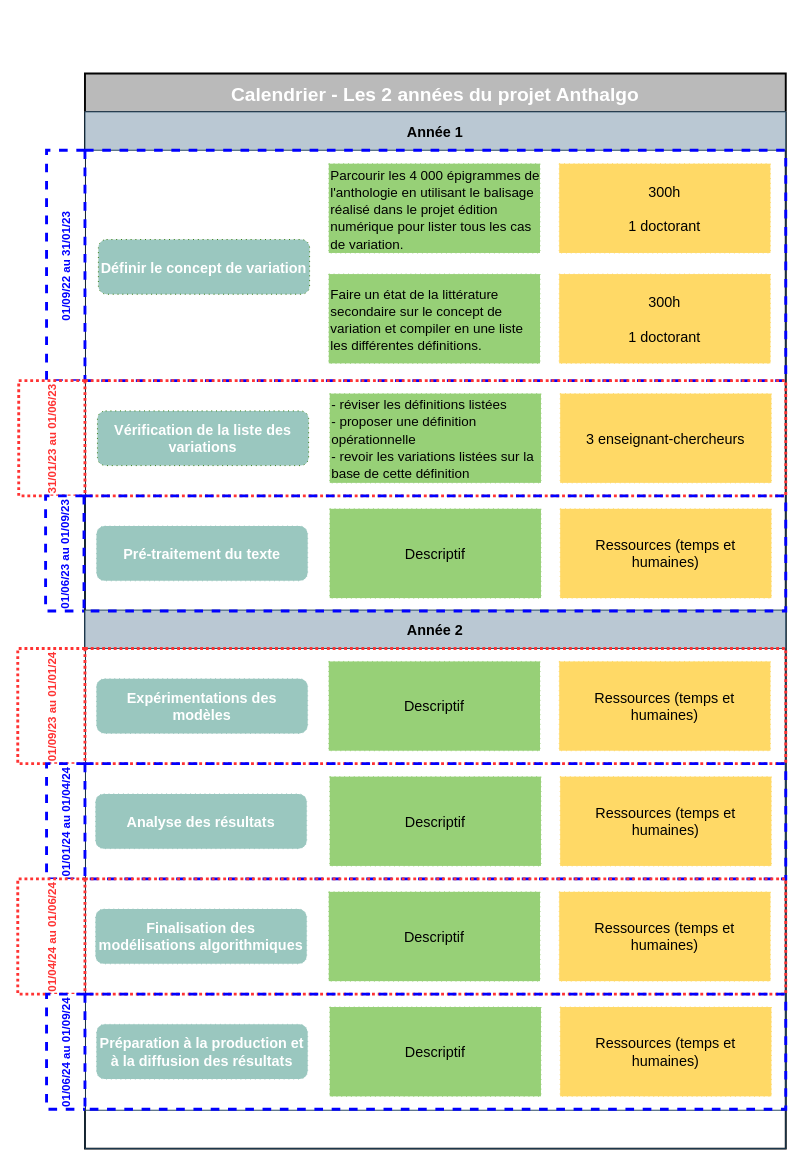
This is Untitled Diagram.drawio from RochDLY/drawAAP, a draw.io file, before an edit. Source tidied: cells renumbered, new cells numbered last; positions are measured from the earlier drawing's top-left corner, leaving out a move shared by most shapes. Both pictures are drawn from the tidied source at 96%, with x=0, y=0 at pixel (17, 73).
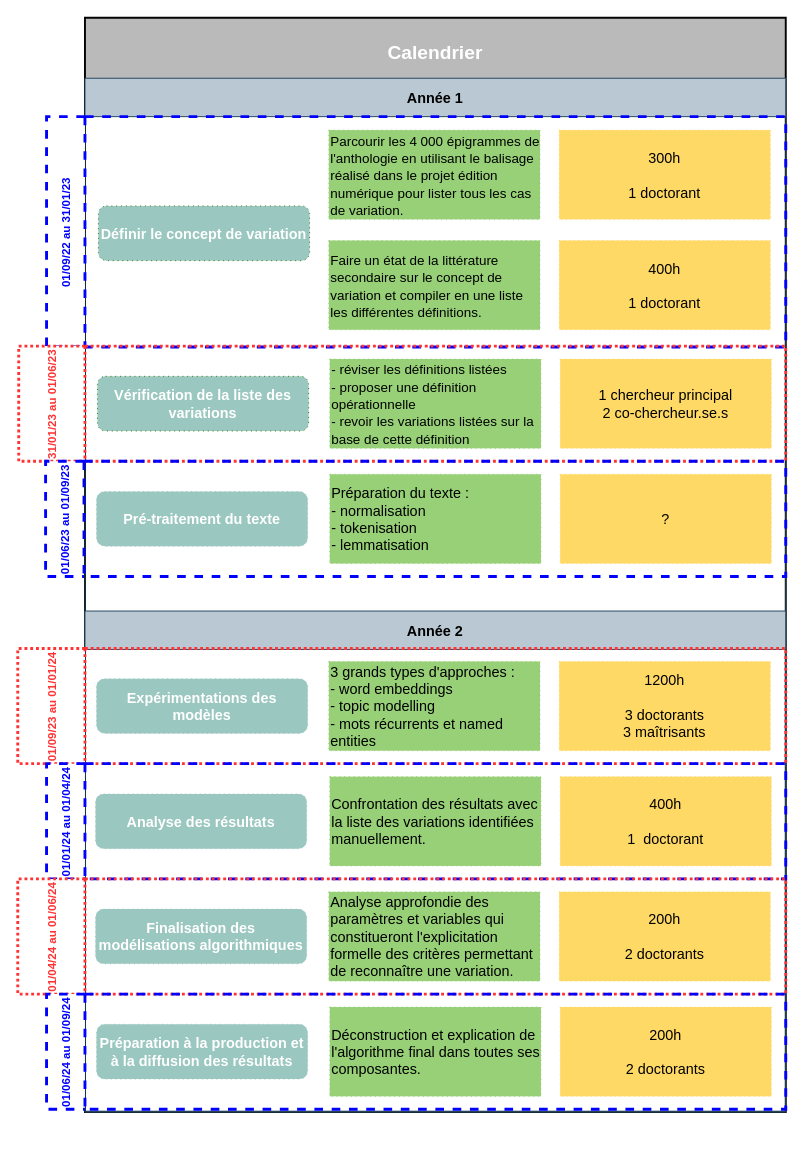
The same diagram, later.

Unchanged cells that the change refers to:
```xml
<mxCell id="4" value="01/09/22 au 31/01/23" style="swimlane;horizontal=0;dashed=1;startSize=40;fontSize=12;strokeWidth=3;strokeColor=#0000FF;fontColor=#0000FF;" parent="3" vertex="1">
  <mxGeometry x="-40" y="40" width="770" height="240" as="geometry" />
</mxCell>
<mxCell id="22" value="01/09/23 au 01/01/24" style="swimlane;horizontal=0;dashed=1;startSize=70;fontSize=12;strokeWidth=3;strokeColor=#FF3333;fontColor=#FF3333;dashPattern=1 1;" parent="1" vertex="1">
  <mxGeometry y="599" width="800" height="120" as="geometry" />
</mxCell>
<mxCell id="27" value="01/01/24 au 01/04/24" style="swimlane;horizontal=0;dashed=1;startSize=40;fontSize=12;strokeWidth=3;strokeColor=#0000FF;fontColor=#0000FF;" parent="1" vertex="1">
  <mxGeometry x="30" y="719" width="770" height="120" as="geometry" />
</mxCell>
<mxCell id="32" value="01/04/24 au 01/06/24" style="swimlane;horizontal=0;dashed=1;startSize=70;fontSize=12;strokeWidth=3;strokeColor=#FF3333;fontColor=#FF3333;dashPattern=1 1;" parent="1" vertex="1">
  <mxGeometry y="839" width="800" height="120" as="geometry" />
</mxCell>
<mxCell id="37" value="01/06/24 au 01/09/24" style="swimlane;horizontal=0;dashed=1;startSize=40;fontSize=12;strokeWidth=3;strokeColor=#0000FF;fontColor=#0000FF;" parent="1" vertex="1">
  <mxGeometry x="30" y="959" width="770" height="120" as="geometry" />
</mxCell>
```

What changed in the source:
```diff
@@
-    <mxCell id="2" value="Calendrier - Les 2 années du projet Anthalgo" style="swimlane;startSize=40;fillColor=#BABABA;strokeColor=#030303;fontSize=20;gradientColor=none;strokeWidth=2;fontColor=#FFFFFF;" parent="1" vertex="1">
-      <mxGeometry x="70" width="730" height="1120" as="geometry" />
+    <mxCell id="2" value="Calendrier" style="swimlane;startSize=69;fillColor=#BABABA;strokeColor=#030303;fontSize=20;gradientColor=none;strokeWidth=2;fontColor=#FFFFFF;" parent="1" vertex="1">
+      <mxGeometry x="70" y="-58" width="730" height="1140" as="geometry" />
     </mxCell>
     <mxCell id="3" value="Année 1" style="swimlane;startSize=40;fillColor=#bac8d3;strokeColor=#23445d;fontSize=15;" parent="2" vertex="1">
-      <mxGeometry y="40" width="730" height="1080" as="geometry" />
+      <mxGeometry y="63" width="730" height="1077" as="geometry" />
     </mxCell>
@@
-    <mxCell id="10" value="&lt;div&gt;300h&lt;/div&gt;&lt;div&gt;&lt;br&gt;&lt;/div&gt;&lt;div&gt;1 doctorant&lt;br&gt;&lt;/div&gt;" style="rounded=0;whiteSpace=wrap;html=1;dashed=1;fontSize=15;fillColor=#FFD966;strokeColor=#FFD966;dashPattern=1 4;gradientColor=none;align=center;sketch=0;" parent="4" vertex="1">
+    <mxCell id="10" value="&lt;div&gt;400h&lt;/div&gt;&lt;div&gt;&lt;br&gt;&lt;/div&gt;&lt;div&gt;1 doctorant&lt;br&gt;&lt;/div&gt;" style="rounded=0;whiteSpace=wrap;html=1;dashed=1;fontSize=15;fillColor=#FFD966;strokeColor=#FFD966;dashPattern=1 4;gradientColor=none;align=center;sketch=0;" parent="4" vertex="1">
       <mxGeometry x="534" y="129" width="220" height="93" as="geometry" />
     </mxCell>
     <mxCell id="11" value="Année 2" style="swimlane;startSize=40;fillColor=#bac8d3;strokeColor=#23445d;fontSize=15;rounded=0;sketch=0;" parent="3" vertex="1">
-      <mxGeometry y="519" width="730" height="521" as="geometry" />
+      <mxGeometry y="555" width="730" height="521" as="geometry" />
     </mxCell>
     <mxCell id="12" value="31/01/23 au 01/06/23" style="swimlane;horizontal=0;startSize=69;fontSize=12;strokeWidth=3;strokeColor=#FF3333;fontColor=#FF3333;dashed=1;dashPattern=1 1;" parent="1" vertex="1">
-      <mxGeometry x="1" y="320" width="799" height="120" as="geometry" />
+      <mxGeometry x="1" y="284" width="799" height="120" as="geometry" />
     </mxCell>
@@
-    <mxCell id="15" value="3 enseignant-chercheurs" style="rounded=0;whiteSpace=wrap;html=1;dashed=1;fontSize=15;fillColor=#FFD966;strokeColor=#FFD966;dashPattern=1 4;gradientColor=none;align=center;sketch=0;" parent="12" vertex="1">
+    <mxCell id="15" value="&lt;div&gt;1 chercheur principal&lt;/div&gt;&lt;div&gt;2 co-chercheur.se.s&lt;br&gt;&lt;/div&gt;" style="rounded=0;whiteSpace=wrap;html=1;dashed=1;fontSize=15;fillColor=#FFD966;strokeColor=#FFD966;dashPattern=1 4;gradientColor=none;align=center;sketch=0;" parent="12" vertex="1">
       <mxGeometry x="564" y="13.5" width="220" height="93" as="geometry" />
     </mxCell>
@@
     <mxCell id="17" value="01/06/23 au 01/09/23" style="swimlane;horizontal=0;dashed=1;startSize=40;fontSize=12;strokeWidth=3;strokeColor=#0000FF;fontColor=#0000FF;" parent="1" vertex="1">
-      <mxGeometry x="29" y="440" width="771" height="120" as="geometry" />
+      <mxGeometry x="29" y="404" width="771" height="120" as="geometry" />
     </mxCell>
@@
-    <mxCell id="19" value="Descriptif" style="rounded=0;whiteSpace=wrap;html=1;dashed=1;fontSize=15;fillColor=#97D077;strokeColor=#97D077;dashPattern=1 4;gradientColor=none;align=center;sketch=0;" parent="17" vertex="1">
+    <mxCell id="19" value="&lt;div align=&quot;left&quot;&gt;Préparation du texte :&lt;/div&gt;&lt;div align=&quot;left&quot;&gt;- normalisation&lt;/div&gt;&lt;div align=&quot;left&quot;&gt;- tokenisation&lt;/div&gt;&lt;div align=&quot;left&quot;&gt;- lemmatisation&lt;br&gt;&lt;/div&gt;" style="rounded=0;whiteSpace=wrap;html=1;dashed=1;fontSize=15;fillColor=#97D077;strokeColor=#97D077;dashPattern=1 4;gradientColor=none;align=left;sketch=0;" parent="17" vertex="1">
       <mxGeometry x="296" y="13.5" width="220" height="93" as="geometry" />
     </mxCell>
-    <mxCell id="20" value="Ressources (temps et humaines)" style="rounded=0;whiteSpace=wrap;html=1;dashed=1;fontSize=15;fillColor=#FFD966;strokeColor=#FFD966;dashPattern=1 4;gradientColor=none;align=center;sketch=0;" parent="17" vertex="1">
+    <mxCell id="20" value="?" style="rounded=0;whiteSpace=wrap;html=1;dashed=1;fontSize=15;fillColor=#FFD966;strokeColor=#FFD966;dashPattern=1 4;gradientColor=none;align=center;sketch=0;" parent="17" vertex="1">
       <mxGeometry x="536" y="13.5" width="220" height="93" as="geometry" />
     </mxCell>
@@
-    <mxCell id="24" value="Descriptif" style="rounded=0;whiteSpace=wrap;html=1;dashed=1;fontSize=15;fillColor=#97D077;strokeColor=#97D077;dashPattern=1 4;gradientColor=none;align=center;sketch=0;" parent="22" vertex="1">
+    <mxCell id="24" value="&lt;div align=&quot;left&quot;&gt;3 grands types d'approches :&lt;br&gt;- word embeddings&lt;br&gt;- topic modelling&lt;br&gt;- mots récurrents et named entities&lt;/div&gt;" style="rounded=0;whiteSpace=wrap;html=1;dashed=1;fontSize=15;fillColor=#97D077;strokeColor=#97D077;dashPattern=1 4;gradientColor=none;align=left;sketch=0;" parent="22" vertex="1">
       <mxGeometry x="324" y="13.5" width="220" height="93" as="geometry" />
     </mxCell>
-    <mxCell id="25" value="Ressources (temps et humaines)" style="rounded=0;whiteSpace=wrap;html=1;dashed=1;fontSize=15;fillColor=#FFD966;strokeColor=#FFD966;dashPattern=1 4;gradientColor=none;align=center;sketch=0;" parent="22" vertex="1">
+    <mxCell id="25" value="&lt;div&gt;1200h&lt;br&gt;&lt;/div&gt;&lt;div&gt;&lt;br&gt;&lt;/div&gt;&lt;div&gt;3 doctorants&lt;/div&gt;&lt;div&gt;3 maîtrisants&lt;br&gt;&lt;/div&gt;" style="rounded=0;whiteSpace=wrap;html=1;dashed=1;fontSize=15;fillColor=#FFD966;strokeColor=#FFD966;dashPattern=1 4;gradientColor=none;align=center;sketch=0;" parent="22" vertex="1">
       <mxGeometry x="564" y="13.5" width="220" height="93" as="geometry" />
     </mxCell>
@@
-    <mxCell id="29" value="Descriptif" style="rounded=0;whiteSpace=wrap;html=1;dashed=1;fontSize=15;fillColor=#97D077;strokeColor=#97D077;dashPattern=1 4;gradientColor=none;align=center;sketch=0;" parent="27" vertex="1">
+    <mxCell id="29" value="&lt;div align=&quot;left&quot;&gt;Confrontation des résultats avec la liste des variations identifiées manuellement.&lt;br&gt;&lt;/div&gt;" style="rounded=0;whiteSpace=wrap;html=1;dashed=1;fontSize=15;fillColor=#97D077;strokeColor=#97D077;dashPattern=1 4;gradientColor=none;align=left;sketch=0;" parent="27" vertex="1">
       <mxGeometry x="295" y="13.5" width="220" height="93" as="geometry" />
     </mxCell>
-    <mxCell id="30" value="Ressources (temps et humaines)" style="rounded=0;whiteSpace=wrap;html=1;dashed=1;fontSize=15;fillColor=#FFD966;strokeColor=#FFD966;dashPattern=1 4;gradientColor=none;align=center;sketch=0;" parent="27" vertex="1">
+    <mxCell id="30" value="&lt;div&gt;400h&lt;/div&gt;&lt;div&gt;&lt;br&gt;&lt;/div&gt;&lt;div&gt;1&amp;nbsp; doctorant&lt;br&gt;&lt;/div&gt;" style="rounded=0;whiteSpace=wrap;html=1;dashed=1;fontSize=15;fillColor=#FFD966;strokeColor=#FFD966;dashPattern=1 4;gradientColor=none;align=center;sketch=0;" parent="27" vertex="1">
       <mxGeometry x="535" y="13.5" width="220" height="93" as="geometry" />
     </mxCell>
@@
-    <mxCell id="34" value="Descriptif" style="rounded=0;whiteSpace=wrap;html=1;dashed=1;fontSize=15;fillColor=#97D077;strokeColor=#97D077;dashPattern=1 4;gradientColor=none;align=center;sketch=0;" parent="32" vertex="1">
+    <mxCell id="34" value="&lt;div align=&quot;left&quot;&gt;Analyse approfondie des paramètres et variables qui &lt;br&gt;constitueront l'explicitation formelle des critères permettant de reconnaître une variation.&lt;/div&gt;" style="rounded=0;whiteSpace=wrap;html=1;dashed=1;fontSize=15;fillColor=#97D077;strokeColor=#97D077;dashPattern=1 4;gradientColor=none;align=left;sketch=0;" parent="32" vertex="1">
       <mxGeometry x="324" y="13.5" width="220" height="93" as="geometry" />
     </mxCell>
-    <mxCell id="35" value="Ressources (temps et humaines)" style="rounded=0;whiteSpace=wrap;html=1;dashed=1;fontSize=15;fillColor=#FFD966;strokeColor=#FFD966;dashPattern=1 4;gradientColor=none;align=center;sketch=0;" parent="32" vertex="1">
+    <mxCell id="35" value="200h&lt;div&gt;&lt;br&gt;&lt;/div&gt;&lt;div&gt;2 doctorants&lt;br&gt;&lt;/div&gt;" style="rounded=0;whiteSpace=wrap;html=1;dashed=1;fontSize=15;fillColor=#FFD966;strokeColor=#FFD966;dashPattern=1 4;gradientColor=none;align=center;sketch=0;" parent="32" vertex="1">
       <mxGeometry x="564" y="13.5" width="220" height="93" as="geometry" />
     </mxCell>
@@
-    <mxCell id="39" value="Descriptif" style="rounded=0;whiteSpace=wrap;html=1;dashed=1;fontSize=15;fillColor=#97D077;strokeColor=#97D077;dashPattern=1 4;gradientColor=none;align=center;sketch=0;" parent="37" vertex="1">
+    <mxCell id="39" value="&lt;div align=&quot;left&quot;&gt;Déconstruction et explication de l'algorithme final dans toutes ses composantes.&lt;br&gt;&lt;/div&gt;" style="rounded=0;whiteSpace=wrap;html=1;dashed=1;fontSize=15;fillColor=#97D077;strokeColor=#97D077;dashPattern=1 4;gradientColor=none;align=left;sketch=0;" parent="37" vertex="1">
       <mxGeometry x="295" y="13.5" width="220" height="93" as="geometry" />
     </mxCell>
-    <mxCell id="40" value="Ressources (temps et humaines)" style="rounded=0;whiteSpace=wrap;html=1;dashed=1;fontSize=15;fillColor=#FFD966;strokeColor=#FFD966;dashPattern=1 4;gradientColor=none;align=center;sketch=0;" parent="37" vertex="1">
+    <mxCell id="40" value="200h&lt;div&gt;&lt;br&gt;&lt;/div&gt;&lt;div&gt;2 doctorants&lt;br&gt;&lt;/div&gt;" style="rounded=0;whiteSpace=wrap;html=1;dashed=1;fontSize=15;fillColor=#FFD966;strokeColor=#FFD966;dashPattern=1 4;gradientColor=none;align=center;sketch=0;" parent="37" vertex="1">
       <mxGeometry x="535" y="13.5" width="220" height="93" as="geometry" />
     </mxCell>
```
